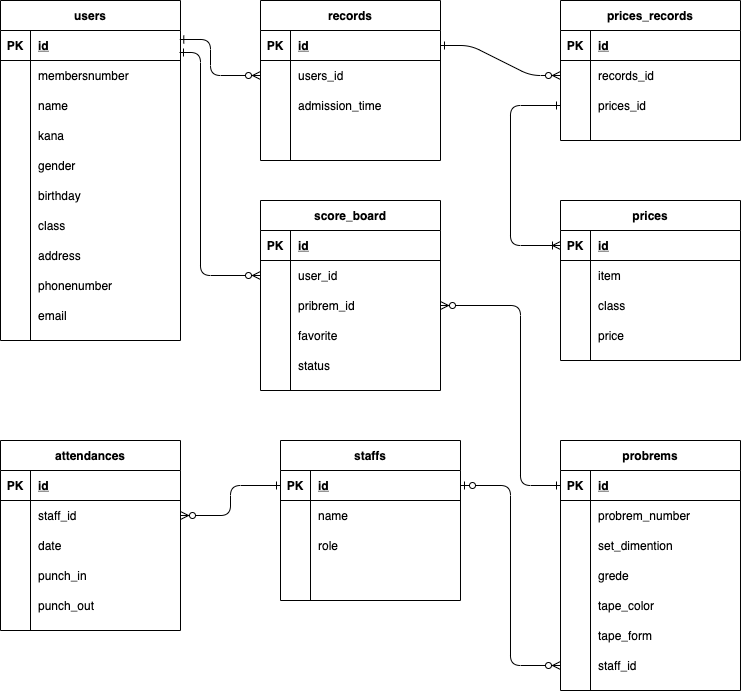
saitoukiichirou/Climb keeps this draw.io diagram as climb.png. Above is the earlier version. Source tidied: cells renumbered, new cells last; positions are measured from the earlier drawing's top-left corner, leaving out a move shared by most shapes.
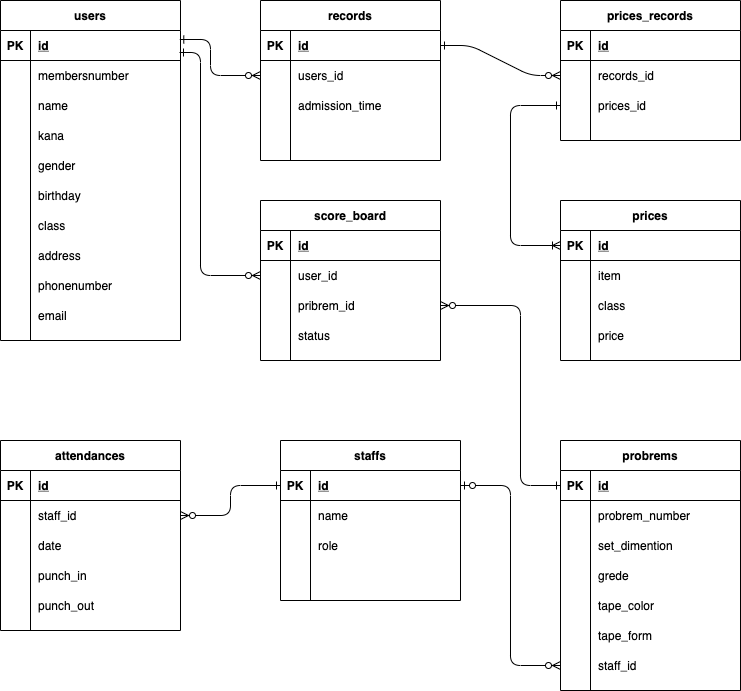
After the change.

What changed in the source:
```diff
@@ -288,7 +288,7 @@
       <mxGeometry x="30" width="150" height="30" as="geometry" />
     </mxCell>
     <mxCell id="97" value="score_board" style="shape=table;startSize=30;rowLines=0;fontStyle=1;align=center;" parent="1" vertex="1">
-      <mxGeometry x="260" y="200" width="180" height="190" as="geometry" />
+      <mxGeometry x="260" y="200" width="180" height="160" as="geometry" />
     </mxCell>
     <mxCell id="98" style="shape=partialRectangle;fillColor=none;top=0;left=0;bottom=1;right=0;" parent="97" vertex="1">
       <mxGeometry y="30" width="180" height="30" as="geometry" />
@@ -317,17 +317,8 @@
     <mxCell id="106" value="pribrem_id" style="shape=partialRectangle;fillColor=none;top=0;left=0;bottom=0;right=0;align=left;spacingLeft=6;overflow=hidden;" parent="104" vertex="1">
       <mxGeometry x="30" width="150" height="30" as="geometry" />
     </mxCell>
-    <mxCell id="107" style="shape=partialRectangle;fillColor=none;top=0;left=0;bottom=0;right=0;" parent="97" vertex="1">
-      <mxGeometry y="120" width="180" height="30" as="geometry" />
-    </mxCell>
-    <mxCell id="108" style="shape=partialRectangle;fillColor=none;top=0;left=0;bottom=0;right=0;overflow=hidden;" parent="107" vertex="1">
-      <mxGeometry width="30" height="30" as="geometry" />
-    </mxCell>
-    <mxCell id="109" value="favorite" style="shape=partialRectangle;fillColor=none;top=0;left=0;bottom=0;right=0;align=left;spacingLeft=6;overflow=hidden;" parent="107" vertex="1">
-      <mxGeometry x="30" width="150" height="30" as="geometry" />
-    </mxCell>
     <mxCell id="110" style="shape=partialRectangle;fillColor=none;top=0;left=0;bottom=0;right=0;" parent="97" vertex="1">
-      <mxGeometry y="150" width="180" height="30" as="geometry" />
+      <mxGeometry y="120" width="180" height="30" as="geometry" />
     </mxCell>
     <mxCell id="111" style="shape=partialRectangle;fillColor=none;top=0;left=0;bottom=0;right=0;overflow=hidden;" parent="110" vertex="1">
       <mxGeometry width="30" height="30" as="geometry" />
```
